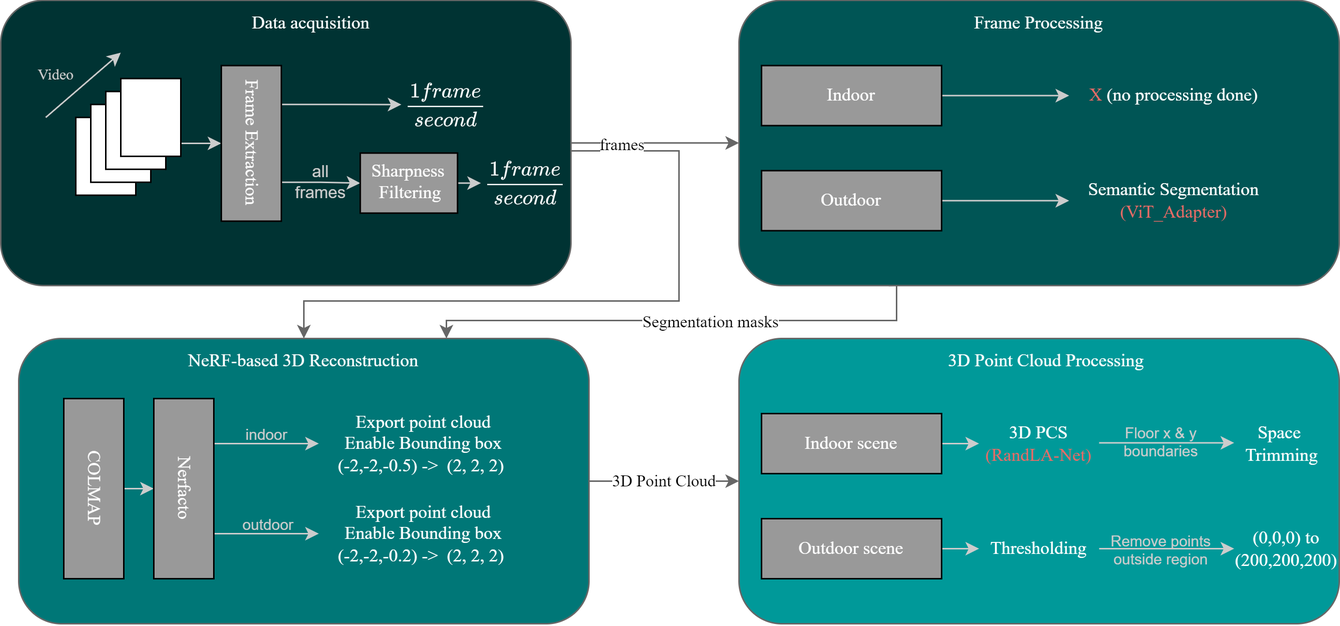
Before: images/NeRF_3D_Reconstruction_Framework.png, a diagram exported from draw.io (HussamAzzuni/HussamAzzuni.github.io). Source tidied: cells renumbered, new cells last; positions are measured from the earlier drawing's top-left corner, leaving out a move shared by most shapes. Source of this version:
```xml
<mxGraphModel math="1">
  <root>
    <mxCell id="0" />
    <mxCell id="1" parent="0" />
    <mxCell id="2" style="edgeStyle=orthogonalEdgeStyle;rounded=0;jettySize=auto;html=1;exitX=0;exitY=0;exitDx=0;exitDy=0;entryX=0.5;entryY=0;entryDx=0;entryDy=0;strokeColor=#666666;" parent="1" edge="1" source="54" target="28">
      <mxGeometry relative="1" as="geometry">
        <Array as="points">
          <mxPoint x="380" y="100" />
          <mxPoint x="452" y="100" />
          <mxPoint x="452" y="200" />
          <mxPoint x="202" y="200" />
        </Array>
      </mxGeometry>
    </mxCell>
    <mxCell id="3" style="edgeStyle=orthogonalEdgeStyle;rounded=0;jettySize=auto;html=1;exitX=1;exitY=0.5;exitDx=0;exitDy=0;entryX=0;entryY=0.5;entryDx=0;entryDy=0;strokeColor=#666666;fontFamily=Times New Roman;" parent="1" edge="1" source="5" target="19">
      <mxGeometry relative="1" as="geometry" />
    </mxCell>
    <mxCell id="4" value="frames" style="edgeLabel;html=1;align=center;verticalAlign=middle;fontFamily=Times New Roman;fontSize=11;" parent="3" vertex="1">
      <mxGeometry x="-0.53" y="-1" relative="1" as="geometry">
        <mxPoint x="7" as="offset" />
      </mxGeometry>
    </mxCell>
    <mxCell id="5" style="rounded=1;whiteSpace=wrap;html=1;fillColor=#003333;fontColor=#333333;strokeColor=#666666;" parent="1" vertex="1">
      <mxGeometry y="-0.3" width="380" height="190" as="geometry" />
    </mxCell>
    <mxCell id="6" value="&lt;font color=&quot;#cccccc&quot; style=&quot;font-size: 10px;&quot;&gt;Video&lt;/font&gt;" style="endArrow=classic;html=1;rounded=0;strokeColor=#CCCCCC;labelBackgroundColor=none;fontColor=#FFFFFF;fontFamily=Times New Roman;labelPosition=left;verticalLabelPosition=top;align=right;verticalAlign=bottom;" parent="1" edge="1">
      <mxGeometry x="-0.15" y="2" relative="1" as="geometry">
        <mxPoint x="30" y="77.7" as="sourcePoint" />
        <mxPoint x="80" y="34.5" as="targetPoint" />
      </mxGeometry>
    </mxCell>
    <mxCell id="7" style="edgeStyle=orthogonalEdgeStyle;rounded=0;jettySize=auto;html=1;exitX=0;exitY=0.5;exitDx=0;exitDy=0;entryX=0;entryY=0.5;entryDx=0;entryDy=0;fontColor=#FFFFFF;strokeColor=#CCCCCC;" parent="1" edge="1" target="10">
      <mxGeometry relative="1" as="geometry">
        <mxPoint x="120" y="95" as="sourcePoint" />
      </mxGeometry>
    </mxCell>
    <mxCell id="8" style="edgeStyle=orthogonalEdgeStyle;rounded=0;jettySize=auto;html=1;exitX=1;exitY=0.25;exitDx=0;exitDy=0;entryX=0.5;entryY=1;entryDx=0;entryDy=0;strokeColor=#CCCCCC;" parent="1" edge="1" source="10" target="53">
      <mxGeometry relative="1" as="geometry" />
    </mxCell>
    <mxCell id="9" value="&lt;font color=&quot;#cccccc&quot;&gt;all&lt;/font&gt;&lt;div&gt;&lt;font color=&quot;#cccccc&quot;&gt;frames&lt;/font&gt;&lt;/div&gt;" style="edgeStyle=orthogonalEdgeStyle;rounded=0;jettySize=auto;html=1;exitX=1;exitY=0.75;exitDx=0;exitDy=0;entryX=0.5;entryY=0;entryDx=0;entryDy=0;labelBackgroundColor=none;fontColor=#999999;strokeColor=#CCCCCC;" parent="1" edge="1" source="10" target="56">
      <mxGeometry relative="1" as="geometry" />
    </mxCell>
    <mxCell id="10" value="Frame Extraction" style="rounded=0;whiteSpace=wrap;html=1;flipH=0;flipV=1;textDirection=vertical-lr;fillColor=#999999;strokeColor=default;fontColor=#FFFFFF;fontFamily=Times New Roman;" parent="1" vertex="1">
      <mxGeometry x="147" y="43.2" width="40" height="103.6" as="geometry" />
    </mxCell>
    <mxCell id="11" style="group;" parent="1" vertex="1">
      <mxGeometry x="50" y="51.8" width="70" height="77.7" as="geometry" />
    </mxCell>
    <mxCell id="12" style="rounded=0;whiteSpace=wrap;html=1;" parent="11" vertex="1">
      <mxGeometry y="25.9" width="40" height="51.8" as="geometry" />
    </mxCell>
    <mxCell id="13" style="rounded=0;whiteSpace=wrap;html=1;" parent="11" vertex="1">
      <mxGeometry x="10" y="17.3" width="40" height="51.8" as="geometry" />
    </mxCell>
    <mxCell id="14" style="rounded=0;whiteSpace=wrap;html=1;" parent="11" vertex="1">
      <mxGeometry x="20" y="8.6" width="40" height="51.8" as="geometry" />
    </mxCell>
    <mxCell id="15" style="rounded=0;whiteSpace=wrap;html=1;" parent="11" vertex="1">
      <mxGeometry x="30" width="40" height="51.8" as="geometry" />
    </mxCell>
    <mxCell id="16" value="&lt;font color=&quot;#ffffff&quot;&gt;Data acquisition&lt;/font&gt;" style="rounded=1;whiteSpace=wrap;html=1;strokeColor=none;fillColor=none;fontFamily=Times New Roman;" parent="1" vertex="1">
      <mxGeometry x="147" y="1.7" width="120" height="25.9" as="geometry" />
    </mxCell>
    <mxCell id="17" style="edgeStyle=orthogonalEdgeStyle;rounded=0;jettySize=auto;html=1;exitX=0.25;exitY=1;exitDx=0;exitDy=0;entryX=0.75;entryY=0;entryDx=0;entryDy=0;strokeColor=#666666;" parent="1" edge="1" source="19" target="28">
      <mxGeometry relative="1" as="geometry">
        <Array as="points">
          <mxPoint x="597" y="213" />
          <mxPoint x="297" y="213" />
        </Array>
      </mxGeometry>
    </mxCell>
    <mxCell id="18" value="Segmentation masks" style="edgeLabel;html=1;align=center;verticalAlign=middle;fontFamily=Times New Roman;" parent="17" vertex="1">
      <mxGeometry x="-0.1" relative="1" as="geometry" />
    </mxCell>
    <mxCell id="19" style="rounded=1;whiteSpace=wrap;html=1;fillColor=#005555;fontColor=#333333;strokeColor=#666666;" parent="1" vertex="1">
      <mxGeometry x="492" y="-0.3" width="400" height="190" as="geometry" />
    </mxCell>
    <mxCell id="20" value="&lt;font color=&quot;#ffffff&quot;&gt;Frame Processing&lt;/font&gt;" style="rounded=1;whiteSpace=wrap;html=1;strokeColor=none;fillColor=none;fontFamily=Times New Roman;" parent="1" vertex="1">
      <mxGeometry x="632" y="-0.3" width="120" height="30" as="geometry" />
    </mxCell>
    <mxCell id="21" style="edgeStyle=orthogonalEdgeStyle;rounded=0;jettySize=auto;html=1;exitX=0.5;exitY=1;exitDx=0;exitDy=0;entryX=0.5;entryY=0;entryDx=0;entryDy=0;strokeColor=#CCCCCC;" parent="1" edge="1" source="22" target="25">
      <mxGeometry relative="1" as="geometry" />
    </mxCell>
    <mxCell id="22" value="&lt;font face=&quot;Times New Roman&quot; color=&quot;#ffffff&quot;&gt;Indoor&lt;/font&gt;" style="rounded=0;whiteSpace=wrap;html=1;flipH=0;flipV=1;direction=north;fillColor=#999999;" parent="1" vertex="1">
      <mxGeometry x="507" y="43.2" width="120" height="40" as="geometry" />
    </mxCell>
    <mxCell id="23" style="edgeStyle=orthogonalEdgeStyle;rounded=0;jettySize=auto;html=1;exitX=0.5;exitY=1;exitDx=0;exitDy=0;strokeColor=#CCCCCC;" parent="1" edge="1" source="24" target="26">
      <mxGeometry relative="1" as="geometry" />
    </mxCell>
    <mxCell id="24" value="&lt;font face=&quot;Times New Roman&quot; color=&quot;#ffffff&quot;&gt;Outdoor&lt;/font&gt;" style="rounded=0;whiteSpace=wrap;html=1;flipH=0;flipV=1;direction=north;fillColor=#999999;" parent="1" vertex="1">
      <mxGeometry x="507" y="113.2" width="120" height="40" as="geometry" />
    </mxCell>
    <mxCell id="25" value="&lt;font face=&quot;Times New Roman&quot;&gt;&lt;font color=&quot;#ea6b66&quot;&gt;X&lt;/font&gt;&amp;nbsp;&lt;font color=&quot;#ffffff&quot;&gt;(no processing done)&lt;/font&gt;&lt;/font&gt;" style="rounded=0;whiteSpace=wrap;html=1;flipH=0;flipV=1;direction=north;fillColor=none;strokeColor=none;" parent="1" vertex="1">
      <mxGeometry x="712" y="43.2" width="140" height="40" as="geometry" />
    </mxCell>
    <mxCell id="26" value="&lt;font face=&quot;Times New Roman&quot;&gt;&lt;font color=&quot;#ffffff&quot;&gt;Semantic Segmentation&lt;/font&gt; &lt;font color=&quot;#ea6b66&quot;&gt;(ViT_Adapter)&lt;/font&gt;&lt;/font&gt;" style="rounded=0;whiteSpace=wrap;html=1;flipH=0;flipV=1;direction=north;fillColor=none;strokeColor=none;" parent="1" vertex="1">
      <mxGeometry x="712" y="113.2" width="140" height="40" as="geometry" />
    </mxCell>
    <mxCell id="27" value="&lt;font&gt;3D Point Cloud&lt;/font&gt;" style="edgeStyle=orthogonalEdgeStyle;rounded=0;jettySize=auto;html=1;exitX=1;exitY=0.5;exitDx=0;exitDy=0;entryX=0;entryY=0.5;entryDx=0;entryDy=0;strokeColor=#666666;fontFamily=Times New Roman;" parent="1" edge="1" source="28" target="39">
      <mxGeometry relative="1" as="geometry" />
    </mxCell>
    <mxCell id="28" style="rounded=1;whiteSpace=wrap;html=1;fillColor=#007777;fontColor=#333333;strokeColor=#666666;" parent="1" vertex="1">
      <mxGeometry x="12" y="225" width="380" height="190" as="geometry" />
    </mxCell>
    <mxCell id="29" value="&lt;font color=&quot;#ffffff&quot;&gt;NeRF-based 3D Reconstruction&lt;/font&gt;" style="rounded=1;whiteSpace=wrap;html=1;strokeColor=none;fillColor=none;fontFamily=Times New Roman;" parent="1" vertex="1">
      <mxGeometry x="112" y="225" width="180" height="30" as="geometry" />
    </mxCell>
    <mxCell id="30" style="edgeStyle=orthogonalEdgeStyle;rounded=0;jettySize=auto;html=1;exitX=1;exitY=0.5;exitDx=0;exitDy=0;entryX=0;entryY=0.5;entryDx=0;entryDy=0;strokeColor=#CCCCCC;" parent="1" edge="1" source="31" target="36">
      <mxGeometry relative="1" as="geometry" />
    </mxCell>
    <mxCell id="31" value="&lt;font face=&quot;Times New Roman&quot; color=&quot;#ffffff&quot;&gt;COLMAP&lt;/font&gt;" style="rounded=0;whiteSpace=wrap;html=1;flipH=0;flipV=1;textDirection=vertical-lr;fillColor=#999999;" parent="1" vertex="1">
      <mxGeometry x="42" y="265" width="40" height="120" as="geometry" />
    </mxCell>
    <mxCell id="32" style="edgeStyle=orthogonalEdgeStyle;rounded=0;jettySize=auto;html=1;exitX=1;exitY=0.25;exitDx=0;exitDy=0;labelBackgroundColor=none;fontColor=#FFFFFF;strokeColor=#CCCCCC;labelPosition=left;verticalLabelPosition=middle;align=right;verticalAlign=middle;" parent="1" edge="1" source="36" target="37">
      <mxGeometry x="0.14" y="7" relative="1" as="geometry" />
    </mxCell>
    <mxCell id="33" value="&lt;font color=&quot;#cccccc&quot;&gt;indoor&lt;/font&gt;" style="edgeLabel;html=1;align=center;verticalAlign=bottom;fontColor=#999999;labelBackgroundColor=none;labelPosition=center;verticalLabelPosition=top;fontSize=10;" parent="32" vertex="1">
      <mxGeometry x="-0.04" relative="1" as="geometry">
        <mxPoint y="2" as="offset" />
      </mxGeometry>
    </mxCell>
    <mxCell id="34" style="edgeStyle=orthogonalEdgeStyle;rounded=0;jettySize=auto;html=1;exitX=1;exitY=0.75;exitDx=0;exitDy=0;entryX=0.5;entryY=0;entryDx=0;entryDy=0;labelBackgroundColor=none;fontColor=#FFFFFF;strokeColor=#CCCCCC;labelPosition=left;verticalLabelPosition=middle;align=right;verticalAlign=middle;" parent="1" edge="1" source="36" target="38">
      <mxGeometry x="0.14" y="7" relative="1" as="geometry" />
    </mxCell>
    <mxCell id="35" value="&lt;font color=&quot;#cccccc&quot;&gt;outdoor&lt;/font&gt;" style="edgeLabel;html=1;align=center;verticalAlign=bottom;labelBackgroundColor=none;fontColor=#999999;labelPosition=center;verticalLabelPosition=top;fontSize=10;" parent="34" vertex="1">
      <mxGeometry x="-0.01" y="2" relative="1" as="geometry">
        <mxPoint y="4" as="offset" />
      </mxGeometry>
    </mxCell>
    <mxCell id="36" value="&lt;font face=&quot;Times New Roman&quot; color=&quot;#ffffff&quot;&gt;Nerfacto&lt;/font&gt;" style="rounded=0;whiteSpace=wrap;html=1;flipH=0;flipV=1;textDirection=vertical-lr;fillColor=#999999;" parent="1" vertex="1">
      <mxGeometry x="102" y="265" width="40" height="120" as="geometry" />
    </mxCell>
    <mxCell id="37" value="&lt;font face=&quot;Times New Roman&quot;&gt;Export point cloud&lt;/font&gt;&lt;div&gt;&lt;font face=&quot;K-gYnJwZKoYItia4oT77&quot;&gt;Enable Bounding box&lt;/font&gt;&lt;/div&gt;&lt;div&gt;&lt;font face=&quot;K-gYnJwZKoYItia4oT77&quot;&gt;(-2,-2,-0.5) -&amp;gt;&amp;nbsp; (2, 2, 2)&amp;nbsp;&lt;/font&gt;&lt;br&gt;&lt;/div&gt;" style="rounded=0;whiteSpace=wrap;html=1;flipH=0;flipV=1;direction=north;fillColor=none;strokeColor=none;fontColor=#FFFFFF;" parent="1" vertex="1">
      <mxGeometry x="212" y="275" width="140" height="40" as="geometry" />
    </mxCell>
    <mxCell id="38" value="&lt;font face=&quot;Times New Roman&quot;&gt;Export point cloud&lt;/font&gt;&lt;div&gt;&lt;font face=&quot;sJx_y2NMZ3HNJeft0IBK&quot;&gt;Enable Bounding box&lt;/font&gt;&lt;/div&gt;&lt;div&gt;&lt;font face=&quot;sJx_y2NMZ3HNJeft0IBK&quot;&gt;(-2,-2,-0.2) -&amp;gt;&amp;nbsp; (2, 2, 2)&amp;nbsp;&lt;/font&gt;&lt;/div&gt;" style="rounded=0;whiteSpace=wrap;html=1;flipH=0;flipV=1;direction=north;fillColor=none;strokeColor=none;fontColor=#FFFFFF;" parent="1" vertex="1">
      <mxGeometry x="212" y="335" width="140" height="40" as="geometry" />
    </mxCell>
    <mxCell id="39" style="rounded=1;whiteSpace=wrap;html=1;fillColor=#009999;fontColor=#333333;strokeColor=#666666;" parent="1" vertex="1">
      <mxGeometry x="492" y="225" width="400" height="190" as="geometry" />
    </mxCell>
    <mxCell id="40" value="&lt;font color=&quot;#ffffff&quot;&gt;3D Point Cloud Processing&lt;/font&gt;" style="rounded=1;whiteSpace=wrap;html=1;strokeColor=none;fillColor=none;fontFamily=Times New Roman;" parent="1" vertex="1">
      <mxGeometry x="617" y="225" width="160" height="30" as="geometry" />
    </mxCell>
    <mxCell id="41" style="edgeStyle=orthogonalEdgeStyle;rounded=0;jettySize=auto;html=1;exitX=0.5;exitY=1;exitDx=0;exitDy=0;entryX=0.5;entryY=0;entryDx=0;entryDy=0;strokeColor=#CCCCCC;" parent="1" edge="1" source="42" target="47">
      <mxGeometry relative="1" as="geometry" />
    </mxCell>
    <mxCell id="42" value="&lt;font color=&quot;#ffffff&quot;&gt;Indoor scene&lt;/font&gt;" style="rounded=0;whiteSpace=wrap;html=1;flipH=0;flipV=1;direction=north;fillColor=#999999;fontFamily=Times New Roman;" parent="1" vertex="1">
      <mxGeometry x="507" y="275" width="120" height="40" as="geometry" />
    </mxCell>
    <mxCell id="43" style="edgeStyle=orthogonalEdgeStyle;rounded=0;jettySize=auto;html=1;exitX=0.5;exitY=1;exitDx=0;exitDy=0;entryX=0.5;entryY=0;entryDx=0;entryDy=0;strokeColor=#CCCCCC;" parent="1" edge="1" source="44" target="50">
      <mxGeometry relative="1" as="geometry" />
    </mxCell>
    <mxCell id="44" value="&lt;font color=&quot;#ffffff&quot;&gt;Outdoor scene&lt;/font&gt;" style="rounded=0;whiteSpace=wrap;html=1;flipH=0;flipV=1;direction=north;fillColor=#999999;fontFamily=Times New Roman;" parent="1" vertex="1">
      <mxGeometry x="507" y="345" width="120" height="40" as="geometry" />
    </mxCell>
    <mxCell id="45" style="edgeStyle=orthogonalEdgeStyle;rounded=0;jettySize=auto;html=1;exitX=0.5;exitY=1;exitDx=0;exitDy=0;entryX=0.5;entryY=0;entryDx=0;entryDy=0;strokeColor=#CCCCCC;labelBackgroundColor=none;fontSize=10;" parent="1" edge="1" source="47">
      <mxGeometry x="-0.14" relative="1" as="geometry">
        <mxPoint x="822" y="294.5" as="targetPoint" />
      </mxGeometry>
    </mxCell>
    <mxCell id="46" value="&lt;font color=&quot;#cccccc&quot; style=&quot;font-size: 10px;&quot;&gt;Floor x &amp;amp; y&lt;/font&gt;&lt;div style=&quot;font-size: 10px;&quot;&gt;&lt;font color=&quot;#cccccc&quot; style=&quot;font-size: 10px;&quot;&gt;boundaries&lt;/font&gt;&lt;/div&gt;" style="edgeLabel;html=1;align=center;verticalAlign=middle;labelBackgroundColor=none;fontSize=10;" parent="45" vertex="1">
      <mxGeometry x="-0.11" relative="1" as="geometry">
        <mxPoint y="-1" as="offset" />
      </mxGeometry>
    </mxCell>
    <mxCell id="47" value="&lt;font color=&quot;#ffffff&quot;&gt;3D PCS&lt;/font&gt;&lt;div&gt;&lt;span style=&quot;background-color: initial; color: rgb(234, 107, 102);&quot;&gt;(RandLA-Net)&lt;/span&gt;&lt;/div&gt;" style="rounded=0;whiteSpace=wrap;html=1;flipH=0;flipV=1;direction=north;fillColor=none;strokeColor=none;fontFamily=Times New Roman;" parent="1" vertex="1">
      <mxGeometry x="652" y="274.5" width="80" height="40" as="geometry" />
    </mxCell>
    <mxCell id="48" style="edgeStyle=orthogonalEdgeStyle;rounded=0;jettySize=auto;html=1;exitX=0.5;exitY=1;exitDx=0;exitDy=0;entryX=0.5;entryY=0;entryDx=0;entryDy=0;strokeColor=#CCCCCC;" parent="1" edge="1" source="50" target="52">
      <mxGeometry relative="1" as="geometry" />
    </mxCell>
    <mxCell id="49" value="&lt;font color=&quot;#cccccc&quot;&gt;Remove points&lt;/font&gt;&lt;div style=&quot;font-size: 10px;&quot;&gt;&lt;font color=&quot;#cccccc&quot;&gt;outside region&lt;/font&gt;&lt;/div&gt;" style="edgeLabel;html=1;align=center;verticalAlign=middle;labelBackgroundColor=none;fontColor=#999999;fontSize=10;" parent="48" vertex="1">
      <mxGeometry x="0.05" y="-1" relative="1" as="geometry">
        <mxPoint x="-7" y="-1" as="offset" />
      </mxGeometry>
    </mxCell>
    <mxCell id="50" value="&lt;font color=&quot;#ffffff&quot;&gt;Thresholding&lt;/font&gt;" style="rounded=0;whiteSpace=wrap;html=1;flipH=0;flipV=1;direction=north;fillColor=none;strokeColor=none;fontFamily=Times New Roman;" parent="1" vertex="1">
      <mxGeometry x="652" y="345" width="80" height="40" as="geometry" />
    </mxCell>
    <mxCell id="51" value="Space&amp;nbsp;&lt;div&gt;Trimming&lt;/div&gt;" style="rounded=0;whiteSpace=wrap;html=1;flipH=0;flipV=1;direction=north;fillColor=none;strokeColor=none;fontColor=#FFFFFF;fontFamily=Times New Roman;" parent="1" vertex="1">
      <mxGeometry x="824" y="273" width="60" height="43" as="geometry" />
    </mxCell>
    <mxCell id="52" value="&lt;span style=&quot;background-color: initial;&quot;&gt;(0,0,0) to (200,200,200)&lt;/span&gt;" style="rounded=0;whiteSpace=wrap;html=1;flipH=0;flipV=1;direction=north;fillColor=none;strokeColor=none;fontColor=#FFFFFF;fontFamily=Times New Roman;" parent="1" vertex="1">
      <mxGeometry x="822" y="343.5" width="70" height="43" as="geometry" />
    </mxCell>
    <mxCell id="53" value="&lt;font&gt;$$\frac{1 frame}{second}$$&lt;/font&gt;" style="rounded=0;whiteSpace=wrap;html=1;flipH=0;flipV=1;direction=south;textDirection=ltr;fillColor=none;strokeColor=none;fontColor=#FFFFFF;" parent="1" vertex="1">
      <mxGeometry x="267" y="50.8" width="60" height="36.7" as="geometry" />
    </mxCell>
    <mxCell id="54" value="&lt;font&gt;$$\frac{1 frame}{second}$$&lt;/font&gt;" style="rounded=0;whiteSpace=wrap;html=1;flipH=0;flipV=1;direction=south;textDirection=ltr;fillColor=none;strokeColor=none;fontColor=#FFFFFF;" parent="1" vertex="1">
      <mxGeometry x="320" y="103.1" width="60" height="36.7" as="geometry" />
    </mxCell>
    <mxCell id="55" style="edgeStyle=orthogonalEdgeStyle;rounded=0;jettySize=auto;html=1;exitX=0.5;exitY=1;exitDx=0;exitDy=0;entryX=0.5;entryY=1;entryDx=0;entryDy=0;strokeColor=#CCCCCC;" parent="1" edge="1" source="56" target="54">
      <mxGeometry relative="1" as="geometry" />
    </mxCell>
    <mxCell id="56" value="Sharpness&lt;div&gt;&amp;nbsp;Filtering&lt;/div&gt;" style="rounded=0;whiteSpace=wrap;html=1;flipH=0;flipV=1;textDirection=vertical-rl;fillColor=#999999;strokeColor=default;fontColor=#FFFFFF;fontFamily=Times New Roman;rotation=-90;" parent="1" vertex="1">
      <mxGeometry x="252" y="89.1" width="40" height="64.8" as="geometry" />
    </mxCell>
  </root>
</mxGraphModel>
```
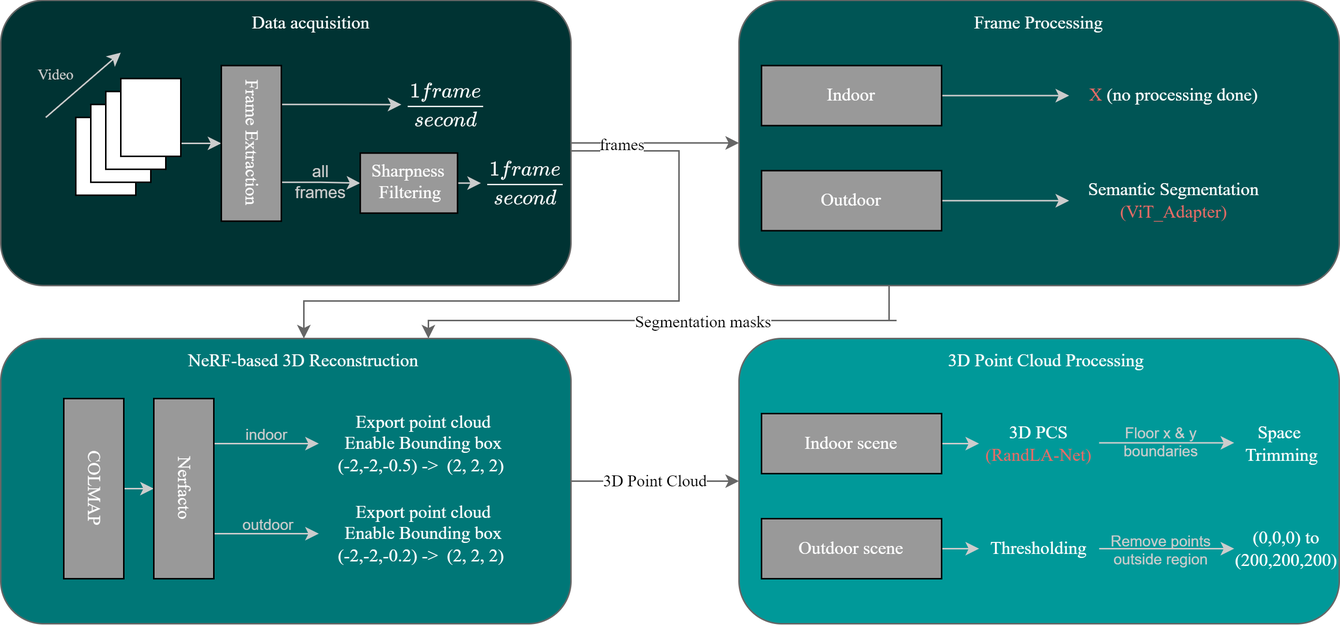
After the commit.

Diff of the diagram source:
```diff
@@ -2,7 +2,7 @@
   <root>
     <mxCell id="0" />
     <mxCell id="1" parent="0" />
-    <mxCell id="2" style="edgeStyle=orthogonalEdgeStyle;rounded=0;jettySize=auto;html=1;exitX=0;exitY=0;exitDx=0;exitDy=0;entryX=0.5;entryY=0;entryDx=0;entryDy=0;strokeColor=#666666;" parent="1" edge="1" source="54" target="28">
+    <mxCell id="2" style="edgeStyle=orthogonalEdgeStyle;rounded=0;jettySize=auto;html=1;exitX=0;exitY=0;exitDx=0;exitDy=0;entryX=0.5;entryY=0;entryDx=0;entryDy=0;strokeColor=#666666;" parent="1" edge="1" source="54" target="29">
       <mxGeometry relative="1" as="geometry">
         <Array as="points">
           <mxPoint x="380" y="100" />
@@ -100,7 +100,7 @@
       <mxGeometry relative="1" as="geometry" />
     </mxCell>
     <mxCell id="28" style="rounded=1;whiteSpace=wrap;html=1;fillColor=#007777;fontColor=#333333;strokeColor=#666666;" parent="1" vertex="1">
-      <mxGeometry x="12" y="225" width="380" height="190" as="geometry" />
+      <mxGeometry y="225" width="380" height="190" as="geometry" />
     </mxCell>
     <mxCell id="29" value="&lt;font color=&quot;#ffffff&quot;&gt;NeRF-based 3D Reconstruction&lt;/font&gt;" style="rounded=1;whiteSpace=wrap;html=1;strokeColor=none;fillColor=none;fontFamily=Times New Roman;" parent="1" vertex="1">
       <mxGeometry x="112" y="225" width="180" height="30" as="geometry" />
```
